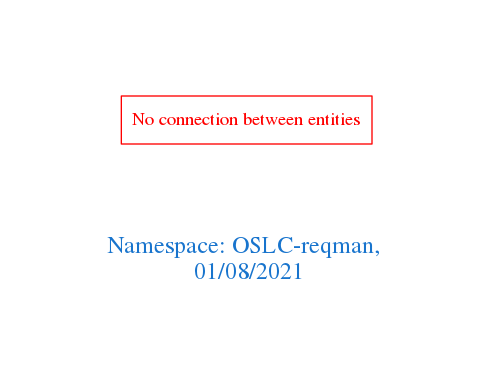
arago/OGIT keeps this Graphviz diagram as downloads/OSLC-reqman.png. Above is the earlier version. Its source is kept beside it as downloads/OSLC-reqman.dot.
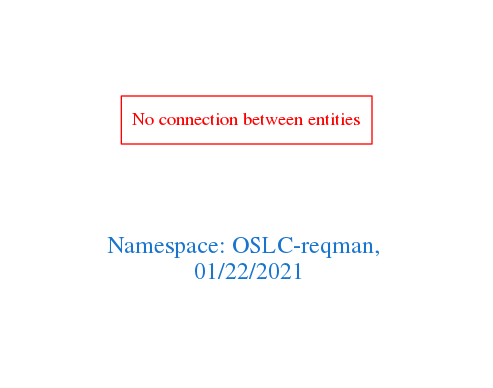
The same diagram one commit later.

Change to the diagram source:
```diff
@@ -1,7 +1,7 @@
 digraph OGIT_ontology {
  graph [ rankdir= LR,pad=1
 fontsize = 18,
-fontcolor= dodgerblue3,label = "\n\n\nNamespace: OSLC-reqman, \n 01/08/2021"];
+fontcolor= dodgerblue3,label = "\n\n\nNamespace: OSLC-reqman, \n 01/22/2021"];
 node[shape=polygon];
 edge [  color="gray81"];
 
```
